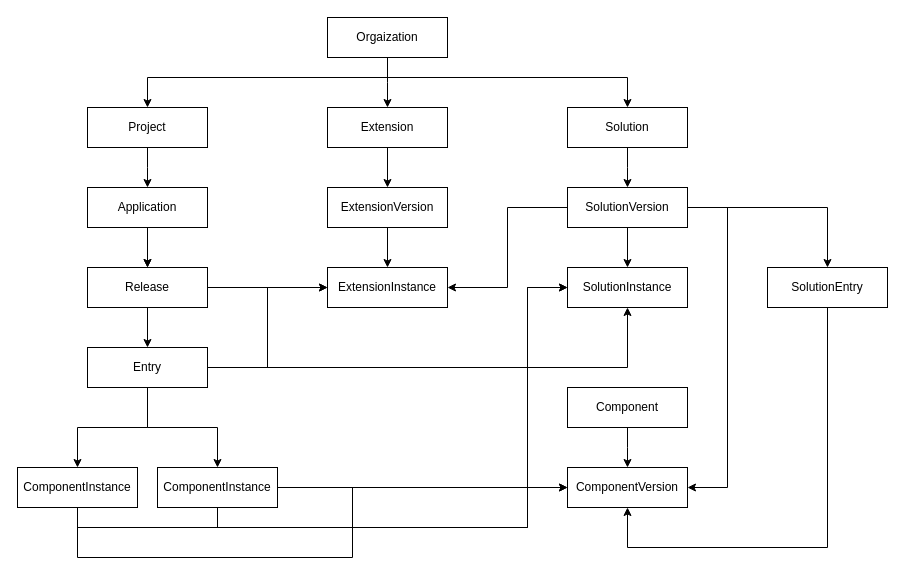
Before: doc/系统结构.dio in wenchuanli1989/groot, a draw.io diagram. Source tidied: cells renumbered, new cells numbered last; positions are measured from the earlier drawing's top-left corner, leaving out a move shared by most shapes. Both pictures are drawn from the tidied source at 100%, with x=0, y=0 at pixel (17, 17).
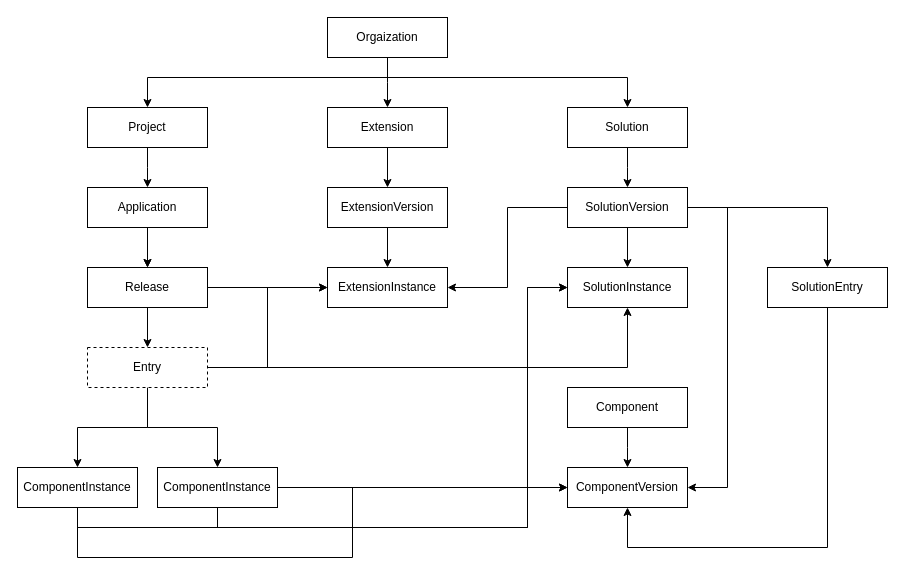
Above is the later version.

What changed in the source:
```diff
@@
-    <mxCell id="23" value="Entry" style="whiteSpace=wrap;html=1;" parent="1" vertex="1">
+    <mxCell id="23" value="Entry" style="whiteSpace=wrap;html=1;dashed=1;" parent="1" vertex="1">
       <mxGeometry x="70" y="330" width="120" height="40" as="geometry" />
     </mxCell>
```
